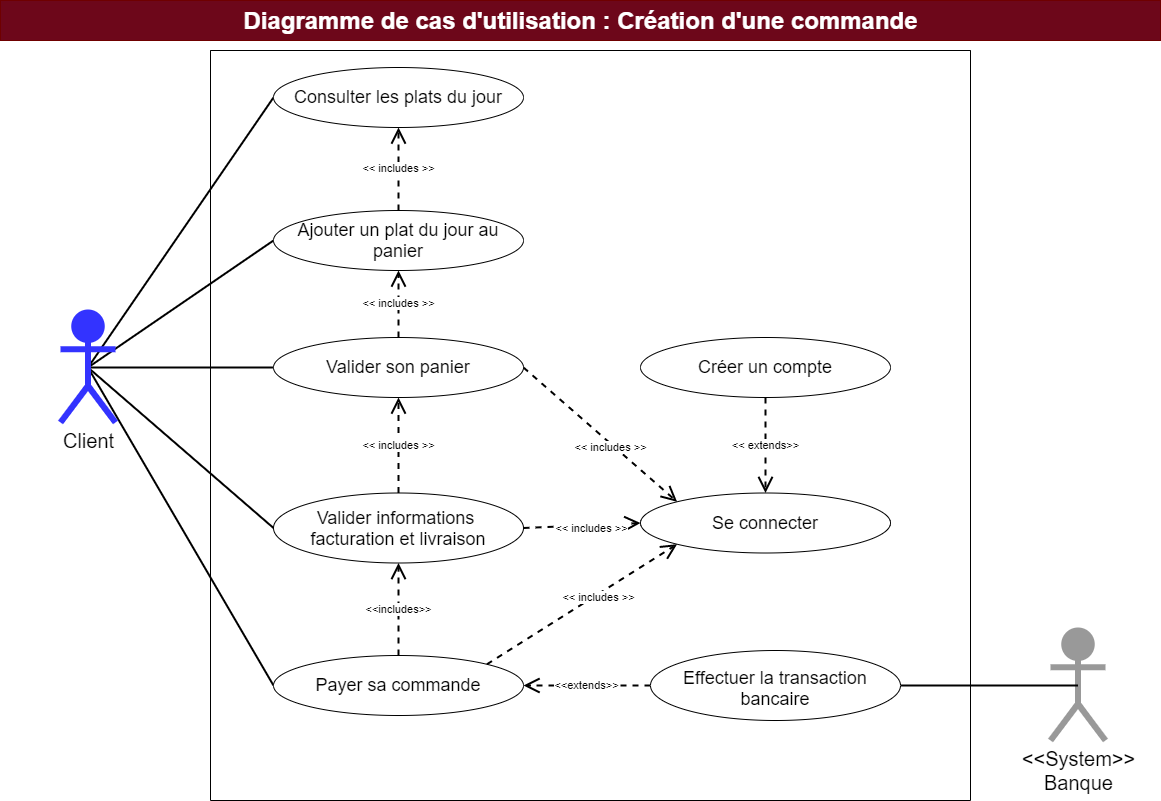
Before: P4_02_UML_DiagrammeCasUtilisation_CreationCommande.png, a diagram exported from draw.io (siakamansaly/Conception_UML_SQL). Source tidied: cells renumbered, new cells last; positions are measured from the earlier drawing's top-left corner, leaving out a move shared by most shapes.
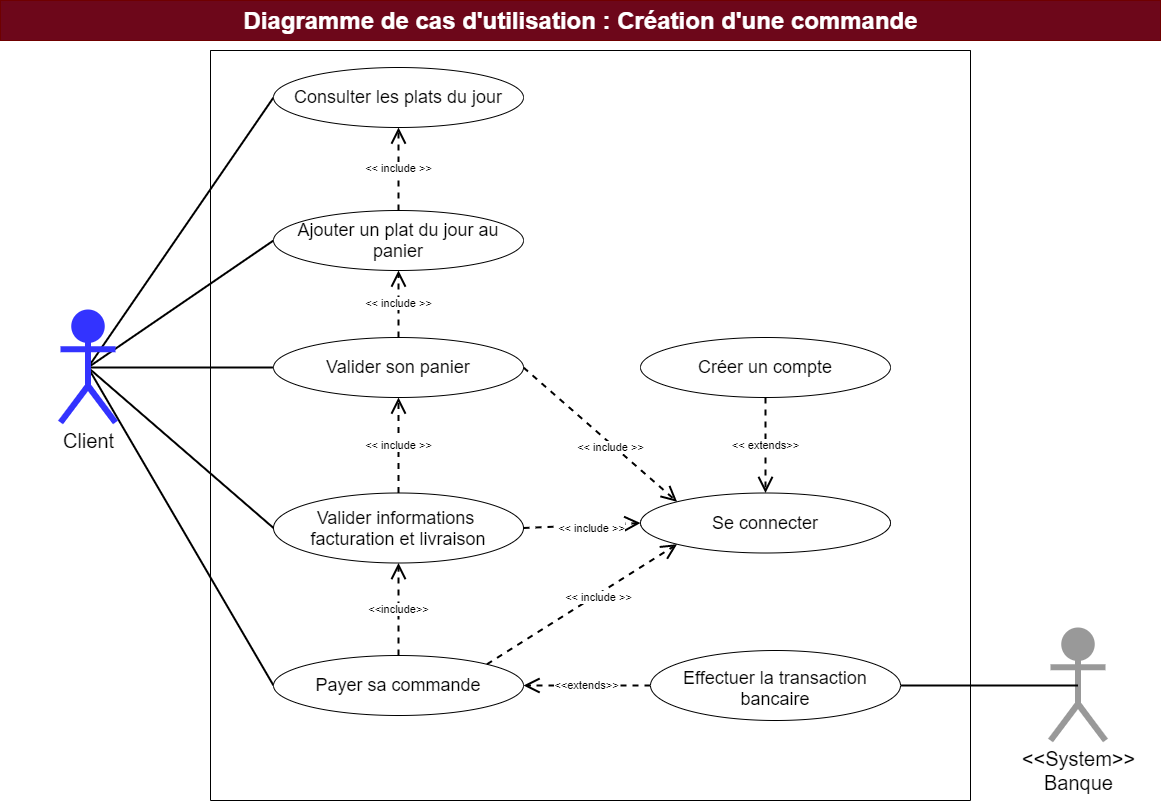
Above is the later version.

Commit message:
correction of the text "include"

Change to the diagram source:
```diff
@@ -41,12 +41,12 @@
     <mxCell id="14" value="Valider informations &lt;br&gt;facturation et livraison" style="ellipse;whiteSpace=wrap;html=1;align=center;fontSize=18;spacingTop=0;" parent="8" vertex="1">
       <mxGeometry x="63" y="442.5" width="250" height="70" as="geometry" />
     </mxCell>
-    <object id="15" label="&amp;lt;&amp;lt; includes &amp;gt;&amp;gt;" placeholders="1">
+    <object id="15" label="&amp;lt;&amp;lt; include &amp;gt;&amp;gt;" placeholders="1">
       <mxCell style="endArrow=open;endSize=12;dashed=1;html=1;rounded=1;shadow=0;sketch=0;strokeWidth=2;entryX=0.5;entryY=1;entryDx=0;entryDy=0;exitX=0.5;exitY=0;exitDx=0;exitDy=0;" parent="8" edge="1" source="9" target="11">
         <mxGeometry relative="1" as="geometry" />
       </mxCell>
     </object>
-    <object id="16" label="&amp;lt;&amp;lt; includes &amp;gt;&amp;gt;" placeholders="1">
+    <object id="16" label="&amp;lt;&amp;lt; include &amp;gt;&amp;gt;" placeholders="1">
       <mxCell style="endArrow=open;endSize=12;dashed=1;html=1;rounded=1;shadow=0;sketch=0;strokeWidth=2;exitX=0.5;exitY=0;exitDx=0;exitDy=0;entryX=0.5;entryY=1;entryDx=0;entryDy=0;" parent="8" edge="1" source="12" target="9">
         <mxGeometry relative="1" as="geometry" />
       </mxCell>
@@ -57,10 +57,10 @@
     <mxCell id="18" value="&amp;lt;&amp;lt;extends&amp;gt;&amp;gt;" style="edgeStyle=none;rounded=1;sketch=0;jumpSize=0;jettySize=auto;html=1;exitX=0;exitY=0.5;exitDx=0;exitDy=0;entryX=1;entryY=0.5;entryDx=0;entryDy=0;shadow=0;endArrow=open;strokeColor=#000000;strokeWidth=2;dashed=1;endSize=12;" parent="8" edge="1" source="17" target="13">
       <mxGeometry relative="1" as="geometry" />
     </mxCell>
-    <mxCell id="19" value="&amp;lt;&amp;lt;includes&amp;gt;&amp;gt;" style="edgeStyle=none;rounded=1;sketch=0;jumpSize=0;jettySize=auto;html=1;exitX=0.5;exitY=0;exitDx=0;exitDy=0;shadow=0;endArrow=open;strokeColor=#000000;strokeWidth=2;dashed=1;endSize=12;entryX=0.5;entryY=1;entryDx=0;entryDy=0;" parent="8" edge="1" source="13" target="14">
+    <mxCell id="19" value="&amp;lt;&amp;lt;include&amp;gt;&amp;gt;" style="edgeStyle=none;rounded=1;sketch=0;jumpSize=0;jettySize=auto;html=1;exitX=0.5;exitY=0;exitDx=0;exitDy=0;shadow=0;endArrow=open;strokeColor=#000000;strokeWidth=2;dashed=1;endSize=12;entryX=0.5;entryY=1;entryDx=0;entryDy=0;" parent="8" edge="1" source="13" target="14">
       <mxGeometry relative="1" as="geometry" />
     </mxCell>
-    <object id="20" label="&amp;lt;&amp;lt; includes &amp;gt;&amp;gt;" placeholders="1">
+    <object id="20" label="&amp;lt;&amp;lt; include &amp;gt;&amp;gt;" placeholders="1">
       <mxCell style="endArrow=open;endSize=12;dashed=1;html=1;rounded=1;shadow=0;sketch=0;strokeWidth=2;exitX=0.5;exitY=0;exitDx=0;exitDy=0;entryX=0.5;entryY=1;entryDx=0;entryDy=0;" parent="8" edge="1" source="14" target="12">
         <mxGeometry relative="1" as="geometry" />
       </mxCell>
@@ -68,17 +68,17 @@
     <mxCell id="21" value="Se connecter" style="ellipse;whiteSpace=wrap;html=1;align=center;fontSize=18;" parent="8" vertex="1">
       <mxGeometry x="430" y="442.5" width="250" height="60" as="geometry" />
     </mxCell>
-    <object id="22" label="&amp;lt;&amp;lt; includes &amp;gt;&amp;gt;" placeholders="1">
+    <object id="22" label="&amp;lt;&amp;lt; include &amp;gt;&amp;gt;" placeholders="1">
       <mxCell style="endArrow=open;endSize=12;dashed=1;html=1;rounded=1;shadow=0;sketch=0;strokeWidth=2;exitX=1;exitY=0.5;exitDx=0;exitDy=0;entryX=0;entryY=0;entryDx=0;entryDy=0;" parent="8" edge="1" source="12" target="21">
         <mxGeometry x="0.15" y="-3" relative="1" as="geometry" />
       </mxCell>
     </object>
-    <object id="23" label="&amp;lt;&amp;lt; includes &amp;gt;&amp;gt;" placeholders="1">
+    <object id="23" label="&amp;lt;&amp;lt; include &amp;gt;&amp;gt;" placeholders="1">
       <mxCell style="endArrow=open;endSize=12;dashed=1;html=1;rounded=1;shadow=0;sketch=0;strokeWidth=2;exitX=1;exitY=0;exitDx=0;exitDy=0;entryX=0;entryY=1;entryDx=0;entryDy=0;" parent="8" edge="1" source="13" target="21">
         <mxGeometry x="0.15" y="-3" relative="1" as="geometry" />
       </mxCell>
     </object>
-    <object id="24" label="&amp;lt;&amp;lt; includes &amp;gt;&amp;gt;" placeholders="1">
+    <object id="24" label="&amp;lt;&amp;lt; include &amp;gt;&amp;gt;" placeholders="1">
       <mxCell style="endArrow=open;endSize=12;dashed=1;html=1;rounded=1;shadow=0;sketch=0;strokeWidth=2;exitX=1;exitY=0.5;exitDx=0;exitDy=0;entryX=0;entryY=0.5;entryDx=0;entryDy=0;" parent="8" edge="1" source="14" target="21">
         <mxGeometry x="0.15" y="-3" relative="1" as="geometry" />
       </mxCell>
```
